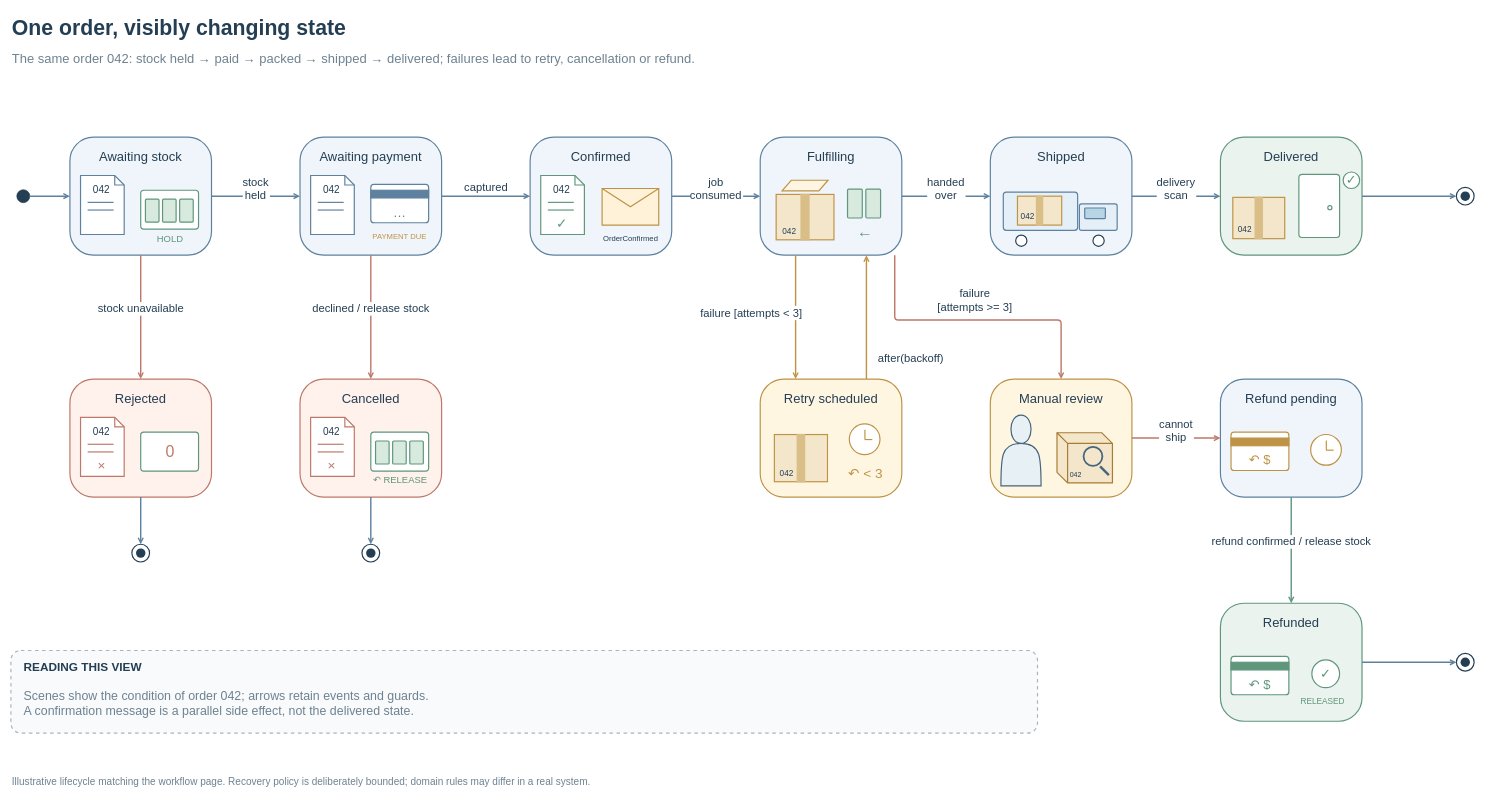
The draw.io diagram page "Order lifecycle" (2 of 2) of examples/ecommerce-order.drawio in henry867/drawio-visuals-skill, before the edit. Source tidied: cells renumbered, new cells numbered last; positions are measured from the earlier drawing's top-left corner, leaving out a move shared by most shapes. Both pictures are drawn from the tidied source at 59%, with x=0, y=0 at pixel (11, 10).
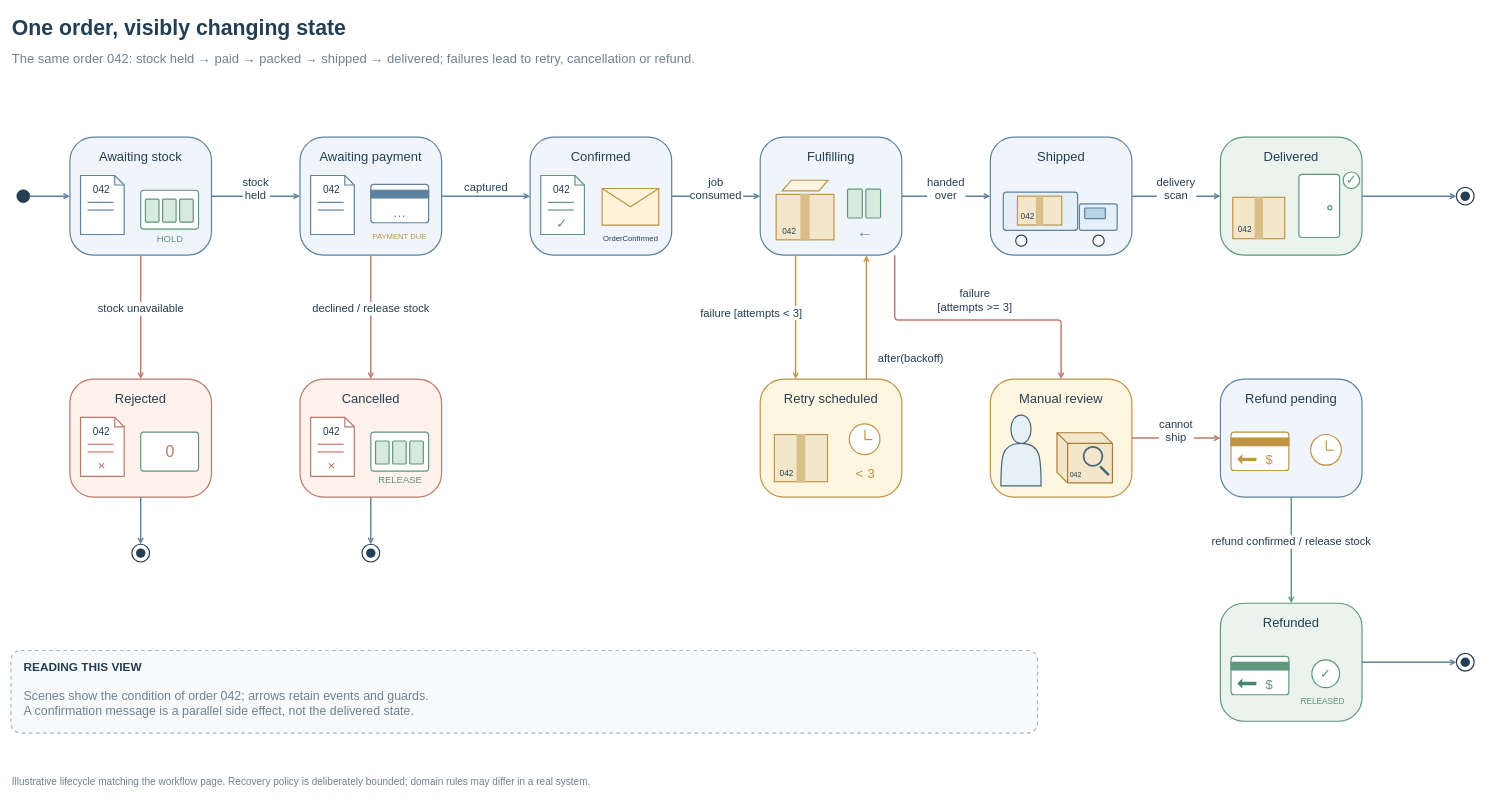
Above is the later version.

Unchanged cells that the change refers to:
```xml
<mxCell id="12" value="Cancelled" style="html=1;whiteSpace=wrap;fontFamily=Helvetica;fontSize=22;fontColor=#243E53;rounded=1;arcSize=12;fillColor=#FFF1EB;strokeColor=#BD7869;strokeWidth=2;arcSize=20;fontSize=22;verticalAlign=top;spacingTop=14;fontSize=22;" parent="1" vertex="1">
  <mxGeometry x="490" y="625" width="240" height="200" as="geometry" />
</mxCell>
<mxCell id="13" value="Retry scheduled" style="html=1;whiteSpace=wrap;fontFamily=Helvetica;fontSize=22;fontColor=#243E53;rounded=1;arcSize=12;fillColor=#FFF6E2;strokeColor=#BE9346;strokeWidth=2;arcSize=20;fontSize=22;verticalAlign=top;spacingTop=14;fontSize=22;" parent="1" vertex="1">
  <mxGeometry x="1270" y="625" width="240" height="200" as="geometry" />
</mxCell>
<mxCell id="115" style="html=1;whiteSpace=wrap;fontFamily=Helvetica;fontSize=16;fontColor=#243E53;strokeWidth=2;rounded=1;arcSize=8;strokeColor=#BE9346;fillColor=#FFFFFF;" parent="15" vertex="1">
  <mxGeometry x="18" y="90" width="98" height="65" as="geometry" />
</mxCell>
<mxCell id="121" style="html=1;whiteSpace=wrap;fontFamily=Helvetica;fontSize=16;fontColor=#243E53;strokeWidth=2;rounded=1;arcSize=8;strokeColor=#5F967C;fillColor=#FFFFFF;" parent="16" vertex="1">
  <mxGeometry x="18" y="90" width="98" height="65" as="geometry" />
</mxCell>
```

Change to the diagram source:
```diff
@@
-    <mxCell id="107" value="↶ RELEASE" style="html=1;whiteSpace=wrap;fontFamily=Helvetica;fontSize=16;fontColor=#243E53;strokeWidth=2;text;strokeColor=none;fillColor=none;fontSize=16;fontColor=#5F967C;align=center;verticalAlign=middle;spacing=0;" parent="12" vertex="1">
+    <mxCell id="107" value="RELEASE" style="html=1;whiteSpace=wrap;fontFamily=Helvetica;fontSize=16;fontColor=#243E53;strokeWidth=2;text;strokeColor=none;fillColor=none;fontSize=16;fontColor=#5F967C;align=center;verticalAlign=middle;spacing=0;" parent="12" vertex="1">
       <mxGeometry x="115" y="158" width="110" height="24" as="geometry" />
     </mxCell>
@@
-    <mxCell id="114" value="↶  &lt; 3" style="html=1;whiteSpace=wrap;fontFamily=Helvetica;fontSize=16;fontColor=#243E53;strokeWidth=2;text;strokeColor=none;fillColor=none;fontSize=23;fontColor=#BE9346;align=center;verticalAlign=middle;spacing=0;" parent="13" vertex="1">
+    <mxCell id="114" value="&lt; 3" style="html=1;whiteSpace=wrap;fontFamily=Helvetica;fontSize=16;fontColor=#243E53;strokeWidth=2;text;strokeColor=none;fillColor=none;fontSize=23;fontColor=#BE9346;align=center;verticalAlign=middle;spacing=0;" parent="13" vertex="1">
       <mxGeometry x="126" y="142" width="105" height="35" as="geometry" />
     </mxCell>
@@
-    <mxCell id="117" value="↶ $" style="html=1;whiteSpace=wrap;fontFamily=Helvetica;fontSize=16;fontColor=#243E53;strokeWidth=2;text;strokeColor=none;fillColor=none;fontSize=22;fontColor=#BE9346;align=center;verticalAlign=middle;spacing=0;" parent="115" vertex="1">
-      <mxGeometry x="8" y="36" width="82" height="23" as="geometry" />
+    <mxCell id="117" value="$" style="html=1;whiteSpace=wrap;fontFamily=Helvetica;fontSize=16;fontColor=#243E53;strokeWidth=2;text;strokeColor=none;fillColor=none;fontSize=22;fontColor=#BE9346;align=center;verticalAlign=middle;spacing=0;" parent="115" vertex="1">
+      <mxGeometry x="50" y="36" width="30" height="23" as="geometry" />
     </mxCell>
@@
-    <mxCell id="123" value="↶ $" style="html=1;whiteSpace=wrap;fontFamily=Helvetica;fontSize=16;fontColor=#243E53;strokeWidth=2;text;strokeColor=none;fillColor=none;fontSize=22;fontColor=#5F967C;align=center;verticalAlign=middle;spacing=0;" parent="121" vertex="1">
-      <mxGeometry x="8" y="36" width="82" height="23" as="geometry" />
+    <mxCell id="123" value="$" style="html=1;whiteSpace=wrap;fontFamily=Helvetica;fontSize=16;fontColor=#243E53;strokeWidth=2;text;strokeColor=none;fillColor=none;fontSize=22;fontColor=#5F967C;align=center;verticalAlign=middle;spacing=0;" parent="121" vertex="1">
+      <mxGeometry x="50" y="36" width="30" height="23" as="geometry" />
     </mxCell>
@@
+    <mxCell id="131" style="html=1;whiteSpace=wrap;fontFamily=Helvetica;fontSize=20;fontColor=#243E53;strokeWidth=2;shape=singleArrow;direction=west;fillColor=#BE9346;strokeColor=#BE9346;" parent="115" vertex="1">
+      <mxGeometry x="12" y="40" width="30" height="12" as="geometry" />
+    </mxCell>
+    <mxCell id="132" style="html=1;whiteSpace=wrap;fontFamily=Helvetica;fontSize=20;fontColor=#243E53;strokeWidth=2;shape=singleArrow;direction=west;fillColor=#46866D;strokeColor=#46866D;" parent="121" vertex="1">
+      <mxGeometry x="12" y="40" width="30" height="12" as="geometry" />
+    </mxCell>
```
